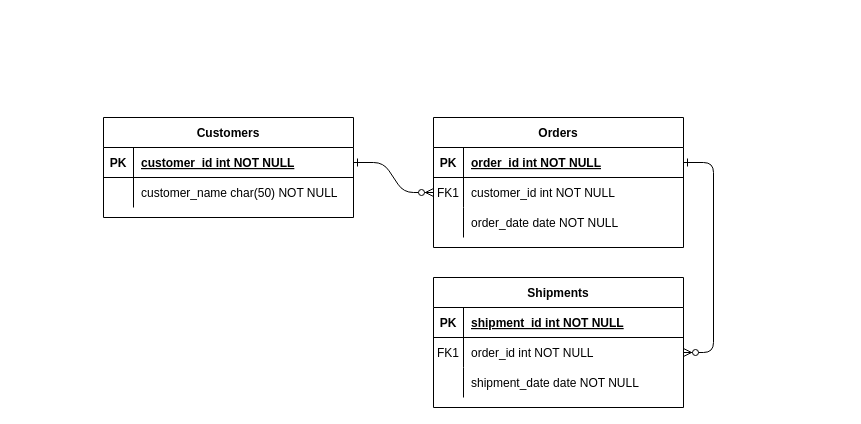
Above: Диаграмма без названия.drawio in OakDust/Aurora_Scanner (draw.io), before the change. Source tidied: cells renumbered, new cells numbered last; positions are measured from the earlier drawing's top-left corner, leaving out a move shared by most shapes. Both pictures are drawn from the tidied source at 100%, with x=0, y=0 at pixel (103, 117).
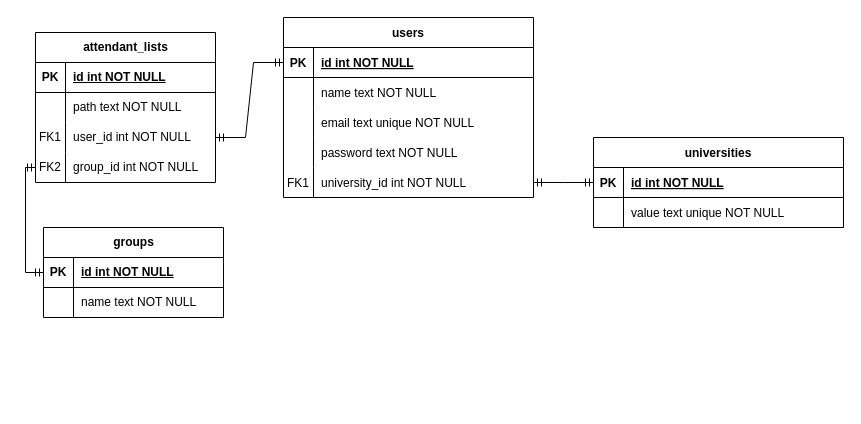
Above is the later version.

The change refers to these unchanged cells:
```xml
<mxCell id="5" style="shape=partialRectangle;fillColor=none;points=[[0,0.5],[1,0.5]];portConstraint=eastwest;top=0;left=0;right=0;bottom=1;" parent="4" vertex="1">
  <mxGeometry y="30" width="250" height="30" as="geometry" />
</mxCell>
<mxCell id="8" style="shape=partialRectangle;fillColor=none;points=[[0,0.5],[1,0.5]];portConstraint=eastwest;top=0;left=0;right=0;bottom=0;" parent="4" vertex="1">
  <mxGeometry y="60" width="250" height="30" as="geometry" />
</mxCell>
<mxCell id="25" style="shape=partialRectangle;fillColor=none;points=[[0,0.5],[1,0.5]];portConstraint=eastwest;top=0;left=0;right=0;bottom=1;" parent="24" vertex="1">
  <mxGeometry y="30" width="250" height="30" as="geometry" />
</mxCell>
<mxCell id="28" style="shape=partialRectangle;fillColor=none;top=0;left=0;right=0;bottom=0;" parent="24" vertex="1">
  <mxGeometry y="60" width="250" height="30" as="geometry" />
</mxCell>
```

What changed in the source:
```diff
@@
-    <mxCell id="2" style="edgeStyle=entityRelationEdgeStyle;endArrow=ERzeroToMany;startArrow=ERone;endFill=1;startFill=0;" parent="1" edge="1" source="25" target="8">
-      <mxGeometry relative="1" as="geometry" />
-    </mxCell>
-    <mxCell id="3" style="edgeStyle=entityRelationEdgeStyle;endArrow=ERzeroToMany;startArrow=ERone;endFill=1;startFill=0;" parent="1" edge="1" source="5" target="18">
-      <mxGeometry relative="1" as="geometry" />
-    </mxCell>
-    <mxCell id="4" value="Orders" style="shape=table;startSize=30;childLayout=tableLayout;rowLines=0;fontStyle=1;align=center;" parent="1" vertex="1">
-      <mxGeometry x="330" width="250" height="130" as="geometry" />
+    <mxCell id="4" value="universities" style="shape=table;startSize=30;childLayout=tableLayout;rowLines=0;fontStyle=1;align=center;" parent="1" vertex="1">
+      <mxGeometry x="490" y="20" width="250" height="90" as="geometry" />
     </mxCell>
@@
-    <mxCell id="7" value="order_id int NOT NULL " style="shape=partialRectangle;overflow=hidden;fillColor=none;top=0;left=0;bottom=0;right=0;align=left;spacingLeft=6;fontStyle=5;" parent="5" vertex="1">
+    <mxCell id="7" value="id int NOT NULL" style="shape=partialRectangle;overflow=hidden;fillColor=none;top=0;left=0;bottom=0;right=0;align=left;spacingLeft=6;fontStyle=5;" parent="5" vertex="1">
       <mxGeometry x="30" width="220" height="30" as="geometry" />
     </mxCell>
@@
-    <mxCell id="9" value="FK1" style="shape=partialRectangle;overflow=hidden;fillColor=none;top=0;left=0;bottom=0;right=0;" parent="8" vertex="1">
+    <mxCell id="9" style="shape=partialRectangle;overflow=hidden;fillColor=none;top=0;left=0;bottom=0;right=0;" parent="8" vertex="1">
       <mxGeometry width="30" height="30" as="geometry" />
     </mxCell>
-    <mxCell id="10" value="customer_id int NOT NULL" style="shape=partialRectangle;overflow=hidden;fillColor=none;top=0;left=0;bottom=0;right=0;align=left;spacingLeft=6;" parent="8" vertex="1">
+    <mxCell id="10" value="value text unique NOT NULL" style="shape=partialRectangle;overflow=hidden;fillColor=none;top=0;left=0;bottom=0;right=0;align=left;spacingLeft=6;" parent="8" vertex="1">
       <mxGeometry x="30" width="220" height="30" as="geometry" />
     </mxCell>
-    <mxCell id="11" style="shape=partialRectangle;fillColor=none;top=0;left=0;right=0;bottom=0;" parent="4" vertex="1">
-      <mxGeometry y="90" width="250" height="30" as="geometry" />
-    </mxCell>
-    <mxCell id="12" style="shape=partialRectangle;overflow=hidden;fillColor=none;top=0;left=0;bottom=0;right=0;" parent="11" vertex="1">
-      <mxGeometry width="30" height="30" as="geometry" />
-    </mxCell>
-    <mxCell id="13" value="order_date date NOT NULL" style="shape=partialRectangle;overflow=hidden;fillColor=none;top=0;left=0;bottom=0;right=0;align=left;spacingLeft=6;" parent="11" vertex="1">
-      <mxGeometry x="30" width="220" height="30" as="geometry" />
-    </mxCell>
-    <mxCell id="14" value="Shipments" style="shape=table;startSize=30;childLayout=tableLayout;rowLines=0;fontStyle=1;align=center;" parent="1" vertex="1">
-      <mxGeometry x="330" y="160" width="250" height="130" as="geometry" />
-    </mxCell>
-    <mxCell id="15" style="shape=partialRectangle;fillColor=none;top=0;left=0;right=0;bottom=1;" parent="14" vertex="1">
-      <mxGeometry y="30" width="250" height="30" as="geometry" />
-    </mxCell>
-    <mxCell id="16" value="PK" style="shape=partialRectangle;overflow=hidden;fillColor=none;top=0;left=0;bottom=0;right=0;fontStyle=1;" parent="15" vertex="1">
-      <mxGeometry width="30" height="30" as="geometry" />
-    </mxCell>
-    <mxCell id="17" value="shipment_id int NOT NULL " style="shape=partialRectangle;overflow=hidden;fillColor=none;top=0;left=0;bottom=0;right=0;align=left;spacingLeft=6;fontStyle=5;" parent="15" vertex="1">
-      <mxGeometry x="30" width="220" height="30" as="geometry" />
-    </mxCell>
-    <mxCell id="18" style="shape=partialRectangle;fillColor=none;points=[[0,0.5],[1,0.5]];portConstraint=eastwest;top=0;left=0;right=0;bottom=0;" parent="14" vertex="1">
-      <mxGeometry y="60" width="250" height="30" as="geometry" />
-    </mxCell>
-    <mxCell id="19" value="FK1" style="shape=partialRectangle;overflow=hidden;fillColor=none;top=0;left=0;bottom=0;right=0;" parent="18" vertex="1">
-      <mxGeometry width="30" height="30" as="geometry" />
-    </mxCell>
-    <mxCell id="20" value="order_id int NOT NULL" style="shape=partialRectangle;overflow=hidden;fillColor=none;top=0;left=0;bottom=0;right=0;align=left;spacingLeft=6;" parent="18" vertex="1">
-      <mxGeometry x="30" width="220" height="30" as="geometry" />
-    </mxCell>
-    <mxCell id="21" style="shape=partialRectangle;fillColor=none;top=0;left=0;right=0;bottom=0;" parent="14" vertex="1">
-      <mxGeometry y="90" width="250" height="30" as="geometry" />
-    </mxCell>
-    <mxCell id="22" style="shape=partialRectangle;overflow=hidden;fillColor=none;top=0;left=0;bottom=0;right=0;" parent="21" vertex="1">
-      <mxGeometry width="30" height="30" as="geometry" />
-    </mxCell>
-    <mxCell id="23" value="shipment_date date NOT NULL" style="shape=partialRectangle;overflow=hidden;fillColor=none;top=0;left=0;bottom=0;right=0;align=left;spacingLeft=6;" parent="21" vertex="1">
-      <mxGeometry x="30" width="220" height="30" as="geometry" />
-    </mxCell>
-    <mxCell id="24" value="Customers" style="shape=table;startSize=30;childLayout=tableLayout;rowLines=0;fontStyle=1;align=center;" parent="1" vertex="1">
-      <mxGeometry width="250" height="100" as="geometry" />
+    <mxCell id="24" value="users" style="shape=table;startSize=30;childLayout=tableLayout;rowLines=0;fontStyle=1;align=center;" parent="1" vertex="1">
+      <mxGeometry x="180" y="-100" width="250" height="180" as="geometry" />
     </mxCell>
@@
-    <mxCell id="27" value="customer_id int NOT NULL " style="shape=partialRectangle;overflow=hidden;fillColor=none;top=0;left=0;bottom=0;right=0;align=left;spacingLeft=6;fontStyle=5;" parent="25" vertex="1">
+    <mxCell id="27" value="id int NOT NULL" style="shape=partialRectangle;overflow=hidden;fillColor=none;top=0;left=0;bottom=0;right=0;align=left;spacingLeft=6;fontStyle=5;" parent="25" vertex="1">
       <mxGeometry x="30" width="220" height="30" as="geometry" />
     </mxCell>
@@
-    <mxCell id="30" value="customer_name char(50) NOT NULL" style="shape=partialRectangle;overflow=hidden;fillColor=none;top=0;left=0;bottom=0;right=0;align=left;spacingLeft=6;" parent="28" vertex="1">
+    <mxCell id="30" value="name text NOT NULL" style="shape=partialRectangle;overflow=hidden;fillColor=none;top=0;left=0;bottom=0;right=0;align=left;spacingLeft=6;" parent="28" vertex="1">
       <mxGeometry x="30" width="220" height="30" as="geometry" />
     </mxCell>
+    <mxCell id="31" style="shape=partialRectangle;fillColor=none;top=0;left=0;right=0;bottom=0;" parent="24" vertex="1">
+      <mxGeometry y="90" width="250" height="30" as="geometry" />
+    </mxCell>
+    <mxCell id="32" style="shape=partialRectangle;overflow=hidden;fillColor=none;top=0;left=0;bottom=0;right=0;" parent="31" vertex="1">
+      <mxGeometry width="30" height="30" as="geometry" />
+    </mxCell>
+    <mxCell id="33" value="email text unique NOT NULL" style="shape=partialRectangle;overflow=hidden;fillColor=none;top=0;left=0;bottom=0;right=0;align=left;spacingLeft=6;" parent="31" vertex="1">
+      <mxGeometry x="30" width="220" height="30" as="geometry" />
+    </mxCell>
+    <mxCell id="34" style="shape=partialRectangle;fillColor=none;top=0;left=0;right=0;bottom=0;" parent="24" vertex="1">
+      <mxGeometry y="120" width="250" height="30" as="geometry" />
+    </mxCell>
+    <mxCell id="35" value="    " style="shape=partialRectangle;overflow=hidden;fillColor=none;top=0;left=0;bottom=0;right=0;" parent="34" vertex="1">
+      <mxGeometry width="30" height="30" as="geometry" />
+    </mxCell>
+    <mxCell id="36" value="password text NOT NULL" style="shape=partialRectangle;overflow=hidden;fillColor=none;top=0;left=0;bottom=0;right=0;align=left;spacingLeft=6;" parent="34" vertex="1">
+      <mxGeometry x="30" width="220" height="30" as="geometry" />
+    </mxCell>
+    <mxCell id="37" style="shape=partialRectangle;fillColor=none;points=[[0,0.5],[1,0.5]];portConstraint=eastwest;top=0;left=0;right=0;bottom=0;" parent="24" vertex="1">
+      <mxGeometry y="150" width="250" height="30" as="geometry" />
+    </mxCell>
+    <mxCell id="19" value="FK1" style="shape=partialRectangle;overflow=hidden;fillColor=none;top=0;left=0;bottom=0;right=0;" parent="37" vertex="1">
+      <mxGeometry width="30" height="30" as="geometry" />
+    </mxCell>
+    <mxCell id="38" value="university_id int NOT NULL" style="shape=partialRectangle;overflow=hidden;fillColor=none;top=0;left=0;bottom=0;right=0;align=left;spacingLeft=6;" parent="37" vertex="1">
+      <mxGeometry x="30" width="220" height="30" as="geometry" />
+    </mxCell>
+    <mxCell id="39" style="edgeStyle=entityRelationEdgeStyle;fontSize=12;html=1;endArrow=ERmandOne;startArrow=ERmandOne;rounded=0;entryX=0;entryY=0.5;entryDx=0;entryDy=0;" parent="1" edge="1" source="37" target="5">
+      <mxGeometry relative="1" as="geometry" />
+    </mxCell>
+    <mxCell id="40" value="attendant_lists" style="shape=table;startSize=30;childLayout=tableLayout;rowLines=0;fontStyle=1;align=center;html=1;" parent="1" vertex="1">
+      <mxGeometry x="-68" y="-85" width="180" height="150" as="geometry" />
+    </mxCell>
+    <mxCell id="41" style="shape=tableRow;horizontal=0;startSize=0;swimlaneHead=0;swimlaneBody=0;fillColor=none;top=0;left=0;right=0;bottom=1;" parent="40" vertex="1">
+      <mxGeometry y="30" width="180" height="30" as="geometry" />
+    </mxCell>
+    <mxCell id="42" value="PK" style="shape=partialRectangle;fillColor=none;top=0;left=0;bottom=0;right=0;fontStyle=1;overflow=hidden;whiteSpace=wrap;html=1;" parent="41" vertex="1">
+      <mxGeometry width="30" height="30" as="geometry" />
+    </mxCell>
+    <mxCell id="43" value="id int NOT NULL" style="shape=partialRectangle;fillColor=none;top=0;left=0;bottom=0;right=0;align=left;spacingLeft=6;fontStyle=5;overflow=hidden;whiteSpace=wrap;html=1;" parent="41" vertex="1">
+      <mxGeometry x="30" width="150" height="30" as="geometry" />
+    </mxCell>
+    <mxCell id="44" style="shape=tableRow;horizontal=0;startSize=0;swimlaneHead=0;swimlaneBody=0;fillColor=none;top=0;left=0;right=0;bottom=0;" parent="40" vertex="1">
+      <mxGeometry y="60" width="180" height="30" as="geometry" />
+    </mxCell>
+    <mxCell id="45" style="shape=partialRectangle;fillColor=none;top=0;left=0;bottom=0;right=0;overflow=hidden;whiteSpace=wrap;html=1;" parent="44" vertex="1">
+      <mxGeometry width="30" height="30" as="geometry" />
+    </mxCell>
+    <mxCell id="46" value="path text NOT NULL" style="shape=partialRectangle;fillColor=none;top=0;left=0;bottom=0;right=0;align=left;spacingLeft=6;overflow=hidden;whiteSpace=wrap;html=1;" parent="44" vertex="1">
+      <mxGeometry x="30" width="150" height="30" as="geometry" />
+    </mxCell>
+    <mxCell id="47" style="shape=tableRow;horizontal=0;startSize=0;swimlaneHead=0;swimlaneBody=0;fillColor=none;points=[[0,0.5],[1,0.5]];portConstraint=eastwest;top=0;left=0;right=0;bottom=0;" parent="40" vertex="1">
+      <mxGeometry y="90" width="180" height="30" as="geometry" />
+    </mxCell>
+    <mxCell id="48" value="FK1" style="shape=partialRectangle;fillColor=none;top=0;left=0;bottom=0;right=0;overflow=hidden;whiteSpace=wrap;html=1;" parent="47" vertex="1">
+      <mxGeometry width="30" height="30" as="geometry" />
+    </mxCell>
+    <mxCell id="49" value="user_id int NOT NULL" style="shape=partialRectangle;fillColor=none;top=0;left=0;bottom=0;right=0;align=left;spacingLeft=6;overflow=hidden;whiteSpace=wrap;html=1;" parent="47" vertex="1">
+      <mxGeometry x="30" width="150" height="30" as="geometry" />
+    </mxCell>
+    <mxCell id="50" style="shape=tableRow;horizontal=0;startSize=0;swimlaneHead=0;swimlaneBody=0;fillColor=none;points=[[0,0.5],[1,0.5]];portConstraint=eastwest;top=0;left=0;right=0;bottom=0;" parent="40" vertex="1">
+      <mxGeometry y="120" width="180" height="30" as="geometry" />
+    </mxCell>
+    <mxCell id="51" value="FK2" style="shape=partialRectangle;fillColor=none;top=0;left=0;bottom=0;right=0;overflow=hidden;whiteSpace=wrap;html=1;" parent="50" vertex="1">
+      <mxGeometry width="30" height="30" as="geometry" />
+    </mxCell>
+    <mxCell id="52" value="group_id int NOT NULL" style="shape=partialRectangle;fillColor=none;top=0;left=0;bottom=0;right=0;align=left;spacingLeft=6;overflow=hidden;whiteSpace=wrap;html=1;" parent="50" vertex="1">
+      <mxGeometry x="30" width="150" height="30" as="geometry" />
+    </mxCell>
+    <mxCell id="53" value="groups" style="shape=table;startSize=30;childLayout=tableLayout;rowLines=0;fontStyle=1;align=center;html=1;" parent="1" vertex="1">
+      <mxGeometry x="-60" y="110" width="180" height="90" as="geometry" />
+    </mxCell>
+    <mxCell id="54" style="shape=tableRow;horizontal=0;startSize=0;swimlaneHead=0;swimlaneBody=0;fillColor=none;points=[[0,0.5],[1,0.5]];portConstraint=eastwest;top=0;left=0;right=0;bottom=1;" parent="53" vertex="1">
+      <mxGeometry y="30" width="180" height="30" as="geometry" />
+    </mxCell>
+    <mxCell id="55" value="PK" style="shape=partialRectangle;fillColor=none;top=0;left=0;bottom=0;right=0;fontStyle=1;overflow=hidden;whiteSpace=wrap;html=1;" parent="54" vertex="1">
+      <mxGeometry width="30" height="30" as="geometry" />
+    </mxCell>
+    <mxCell id="56" value="id int NOT NULL" style="shape=partialRectangle;fillColor=none;top=0;left=0;bottom=0;right=0;align=left;spacingLeft=6;fontStyle=5;overflow=hidden;whiteSpace=wrap;html=1;" parent="54" vertex="1">
+      <mxGeometry x="30" width="150" height="30" as="geometry" />
+    </mxCell>
+    <mxCell id="57" style="shape=tableRow;horizontal=0;startSize=0;swimlaneHead=0;swimlaneBody=0;fillColor=none;top=0;left=0;right=0;bottom=0;" parent="53" vertex="1">
+      <mxGeometry y="60" width="180" height="30" as="geometry" />
+    </mxCell>
+    <mxCell id="58" style="shape=partialRectangle;fillColor=none;top=0;left=0;bottom=0;right=0;overflow=hidden;whiteSpace=wrap;html=1;" parent="57" vertex="1">
+      <mxGeometry width="30" height="30" as="geometry" />
+    </mxCell>
+    <mxCell id="59" value="name text NOT NULL" style="shape=partialRectangle;fillColor=none;top=0;left=0;bottom=0;right=0;align=left;spacingLeft=6;overflow=hidden;whiteSpace=wrap;html=1;" parent="57" vertex="1">
+      <mxGeometry x="30" width="150" height="30" as="geometry" />
+    </mxCell>
+    <mxCell id="60" style="edgeStyle=orthogonalEdgeStyle;fontSize=12;html=1;endArrow=ERmandOne;startArrow=ERmandOne;rounded=0;entryX=0;entryY=0.5;entryDx=0;entryDy=0;exitX=0;exitY=0.5;exitDx=0;exitDy=0;" parent="1" edge="1" source="50" target="54">
+      <mxGeometry relative="1" as="geometry" />
+    </mxCell>
+    <mxCell id="61" style="edgeStyle=entityRelationEdgeStyle;fontSize=12;html=1;endArrow=ERmandOne;startArrow=ERmandOne;rounded=0;entryX=0;entryY=0.5;entryDx=0;entryDy=0;exitX=1;exitY=0.5;exitDx=0;exitDy=0;" parent="1" edge="1" source="47" target="25">
+      <mxGeometry relative="1" as="geometry" />
+    </mxCell>
```
